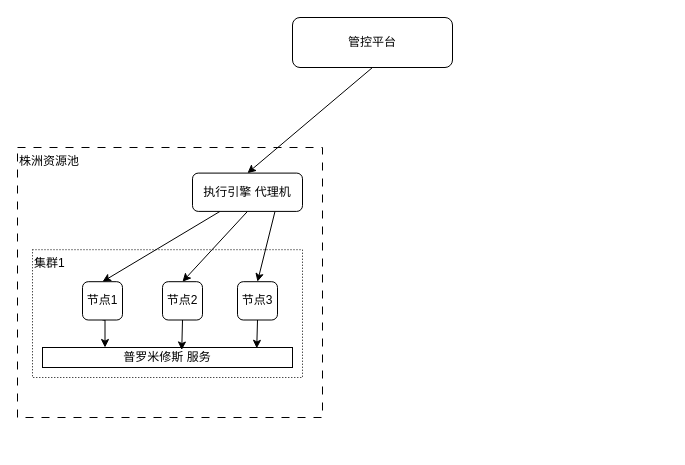
Earlier version of the draw.io diagram 管控平台PaaS巡检.drawio (Lee-7723/Learn-Git). Source tidied: cells renumbered, new cells numbered last; positions are measured from the earlier drawing's top-left corner, leaving out a move shared by most shapes. Both pictures are drawn from the tidied source at 100%, with x=0, y=0 at pixel (17, 17).
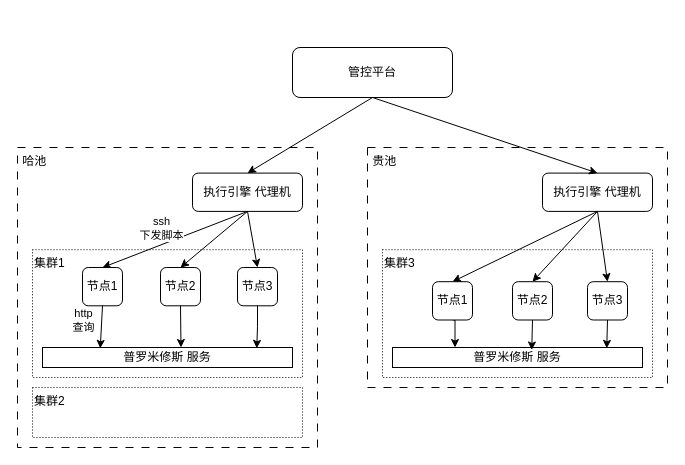
The same diagram, later.

Commit message:
更新管控平台PaaS巡检.drawio

Unchanged cells that the change refers to:
```xml
<mxCell id="7" value="执行引擎 代理机" style="rounded=1;whiteSpace=wrap;html=1;" parent="1" vertex="1">
  <mxGeometry x="175" y="155.6" width="110" height="38.3" as="geometry" />
</mxCell>
<mxCell id="13" value="普罗米修斯 服务" style="rounded=0;whiteSpace=wrap;html=1;" parent="1" vertex="1">
  <mxGeometry x="25" y="330" width="250" height="20" as="geometry" />
</mxCell>
```

What changed in the source:
```diff
@@
     <mxCell id="2" value="管控平台" style="rounded=1;whiteSpace=wrap;html=1;" parent="1" vertex="1">
-      <mxGeometry x="275" width="160" height="50" as="geometry" />
+      <mxGeometry x="275" y="30" width="160" height="50" as="geometry" />
     </mxCell>
-    <mxCell id="3" value="&lt;div&gt;株洲资源池&lt;/div&gt;" style="rounded=0;whiteSpace=wrap;html=1;dashed=1;dashPattern=8 8;labelPosition=center;verticalLabelPosition=middle;align=left;verticalAlign=top;" parent="1" vertex="1">
-      <mxGeometry y="130" width="305" height="270" as="geometry" />
+    <mxCell id="3" value="&lt;div&gt;&amp;nbsp;哈池&lt;/div&gt;" style="rounded=0;whiteSpace=wrap;html=1;dashed=1;dashPattern=8 8;labelPosition=center;verticalLabelPosition=middle;align=left;verticalAlign=top;" parent="1" vertex="1">
+      <mxGeometry y="130" width="300" height="300" as="geometry" />
     </mxCell>
@@
-    <mxCell id="6" style="rounded=0;jettySize=auto;html=1;exitX=0.75;exitY=1;exitDx=0;exitDy=0;entryX=0.5;entryY=0;entryDx=0;entryDy=0;" parent="1" edge="1" source="7" target="12">
+    <mxCell id="6" style="rounded=0;jettySize=auto;html=1;exitX=0.5;exitY=1;exitDx=0;exitDy=0;entryX=0.5;entryY=0;entryDx=0;entryDy=0;" parent="1" edge="1" source="7" target="12">
       <mxGeometry relative="1" as="geometry" />
     </mxCell>
@@
-    <mxCell id="8" style="rounded=0;jettySize=auto;html=1;exitX=0.25;exitY=1;exitDx=0;exitDy=0;entryX=0.5;entryY=0;entryDx=0;entryDy=0;" parent="1" edge="1" source="7" target="10">
+    <mxCell id="8" style="rounded=0;jettySize=auto;html=1;exitX=0.5;exitY=1;exitDx=0;exitDy=0;entryX=0.5;entryY=0;entryDx=0;entryDy=0;" parent="1" edge="1" source="7" target="10">
       <mxGeometry relative="1" as="geometry" />
     </mxCell>
-    <mxCell id="9" style="edgeStyle=orthogonalEdgeStyle;rounded=0;jettySize=auto;html=1;exitX=0.5;exitY=1;exitDx=0;exitDy=0;entryX=0.25;entryY=0;entryDx=0;entryDy=0;" parent="1" edge="1" source="10" target="13">
-      <mxGeometry relative="1" as="geometry" />
-    </mxCell>
+    <mxCell id="17" value="ssh&lt;br&gt;下发脚本" style="edgeLabel;html=1;align=center;verticalAlign=middle;" parent="8" vertex="1">
+      <mxGeometry x="-0.12" y="2" relative="1" as="geometry">
+        <mxPoint x="-24" y="-10" as="offset" />
+      </mxGeometry>
+    </mxCell>
     <mxCell id="10" value="节点1" style="rounded=1;whiteSpace=wrap;html=1;" parent="1" vertex="1">
-      <mxGeometry x="65" y="264.2" width="40" height="38.3" as="geometry" />
+      <mxGeometry x="65" y="250" width="40" height="38.3" as="geometry" />
     </mxCell>
     <mxCell id="11" value="节点2" style="rounded=1;whiteSpace=wrap;html=1;" parent="1" vertex="1">
-      <mxGeometry x="145" y="264.2" width="40" height="38.3" as="geometry" />
+      <mxGeometry x="143" y="250" width="40" height="38.3" as="geometry" />
     </mxCell>
     <mxCell id="12" value="节点3" style="rounded=1;whiteSpace=wrap;html=1;" parent="1" vertex="1">
-      <mxGeometry x="220" y="264.2" width="40" height="38.3" as="geometry" />
+      <mxGeometry x="220" y="250" width="40" height="38.3" as="geometry" />
     </mxCell>
@@
-    <mxCell id="14" style="edgeStyle=orthogonalEdgeStyle;rounded=0;jettySize=auto;html=1;exitX=0.5;exitY=1;exitDx=0;exitDy=0;entryX=0.557;entryY=0.125;entryDx=0;entryDy=0;entryPerimeter=0;" parent="1" edge="1" source="11" target="13">
-      <mxGeometry relative="1" as="geometry" />
-    </mxCell>
@@
+    <mxCell id="18" value="集群2" style="rounded=0;whiteSpace=wrap;html=1;dashed=1;dashPattern=1 2;align=left;verticalAlign=top;" parent="1" vertex="1">
+      <mxGeometry x="15" y="370" width="270" height="50" as="geometry" />
+    </mxCell>
+    <mxCell id="19" value="&amp;nbsp;贵池" style="rounded=0;whiteSpace=wrap;html=1;dashed=1;dashPattern=8 8;labelPosition=center;verticalLabelPosition=middle;align=left;verticalAlign=top;" parent="1" vertex="1">
+      <mxGeometry x="350" y="130" width="300" height="240" as="geometry" />
+    </mxCell>
+    <mxCell id="20" value="集群3" style="rounded=0;whiteSpace=wrap;html=1;dashed=1;dashPattern=1 2;verticalAlign=top;align=left;" parent="1" vertex="1">
+      <mxGeometry x="365" y="232.2" width="270" height="127.8" as="geometry" />
+    </mxCell>
+    <mxCell id="21" style="rounded=0;jettySize=auto;html=1;exitX=0.5;exitY=1;exitDx=0;exitDy=0;entryX=0.5;entryY=0;entryDx=0;entryDy=0;" parent="1" edge="1" source="23" target="27">
+      <mxGeometry relative="1" as="geometry" />
+    </mxCell>
+    <mxCell id="22" style="rounded=0;jettySize=auto;html=1;exitX=0.5;exitY=1;exitDx=0;exitDy=0;entryX=0.5;entryY=0;entryDx=0;entryDy=0;" parent="1" edge="1" source="23" target="28">
+      <mxGeometry relative="1" as="geometry" />
+    </mxCell>
+    <mxCell id="23" value="执行引擎 代理机" style="rounded=1;whiteSpace=wrap;html=1;" parent="1" vertex="1">
+      <mxGeometry x="525" y="155.6" width="110" height="38.3" as="geometry" />
+    </mxCell>
+    <mxCell id="24" style="rounded=0;jettySize=auto;html=1;exitX=0.5;exitY=1;exitDx=0;exitDy=0;entryX=0.5;entryY=0;entryDx=0;entryDy=0;" parent="1" edge="1" source="23" target="26">
+      <mxGeometry relative="1" as="geometry" />
+    </mxCell>
+    <mxCell id="25" style="edgeStyle=orthogonalEdgeStyle;rounded=0;jettySize=auto;html=1;exitX=0.5;exitY=1;exitDx=0;exitDy=0;entryX=0.25;entryY=0;entryDx=0;entryDy=0;" parent="1" edge="1" source="26" target="29">
+      <mxGeometry relative="1" as="geometry" />
+    </mxCell>
+    <mxCell id="26" value="节点1" style="rounded=1;whiteSpace=wrap;html=1;" parent="1" vertex="1">
+      <mxGeometry x="415" y="264.2" width="40" height="38.3" as="geometry" />
+    </mxCell>
+    <mxCell id="27" value="节点2" style="rounded=1;whiteSpace=wrap;html=1;" parent="1" vertex="1">
+      <mxGeometry x="495" y="264.2" width="40" height="38.3" as="geometry" />
+    </mxCell>
+    <mxCell id="28" value="节点3" style="rounded=1;whiteSpace=wrap;html=1;" parent="1" vertex="1">
+      <mxGeometry x="570" y="264.2" width="40" height="38.3" as="geometry" />
+    </mxCell>
+    <mxCell id="29" value="普罗米修斯 服务" style="rounded=0;whiteSpace=wrap;html=1;" parent="1" vertex="1">
+      <mxGeometry x="375" y="330" width="250" height="20" as="geometry" />
+    </mxCell>
+    <mxCell id="30" style="edgeStyle=orthogonalEdgeStyle;rounded=0;jettySize=auto;html=1;exitX=0.5;exitY=1;exitDx=0;exitDy=0;entryX=0.557;entryY=0.125;entryDx=0;entryDy=0;entryPerimeter=0;" parent="1" edge="1" source="27" target="29">
+      <mxGeometry relative="1" as="geometry" />
+    </mxCell>
+    <mxCell id="31" style="edgeStyle=orthogonalEdgeStyle;rounded=0;jettySize=auto;html=1;exitX=0.5;exitY=1;exitDx=0;exitDy=0;entryX=0.857;entryY=0.042;entryDx=0;entryDy=0;entryPerimeter=0;" parent="1" edge="1" source="28" target="29">
+      <mxGeometry relative="1" as="geometry" />
+    </mxCell>
+    <mxCell id="32" style="rounded=0;jettySize=auto;html=1;exitX=0.5;exitY=1;exitDx=0;exitDy=0;entryX=0.5;entryY=0;entryDx=0;entryDy=0;" parent="1" edge="1" source="2" target="23">
+      <mxGeometry relative="1" as="geometry" />
+    </mxCell>
+    <mxCell id="14" style="edgeStyle=none;rounded=0;jettySize=auto;html=1;exitX=0.5;exitY=1;exitDx=0;exitDy=0;entryX=0.554;entryY=0;entryDx=0;entryDy=0;entryPerimeter=0;" parent="1" edge="1" source="11" target="13">
+      <mxGeometry relative="1" as="geometry" />
+    </mxCell>
+    <mxCell id="9" style="edgeStyle=none;rounded=0;jettySize=auto;html=1;exitX=0.5;exitY=1;exitDx=0;exitDy=0;entryX=0.231;entryY=0.042;entryDx=0;entryDy=0;entryPerimeter=0;" parent="1" edge="1" source="10" target="13">
+      <mxGeometry relative="1" as="geometry" />
+    </mxCell>
+    <mxCell id="33" value="http&lt;br&gt;查询" style="edgeLabel;html=1;align=center;verticalAlign=middle;" parent="9" vertex="1">
+      <mxGeometry x="-0.18" y="-1" relative="1" as="geometry">
+        <mxPoint x="-18" y="-3" as="offset" />
+      </mxGeometry>
+    </mxCell>
```
